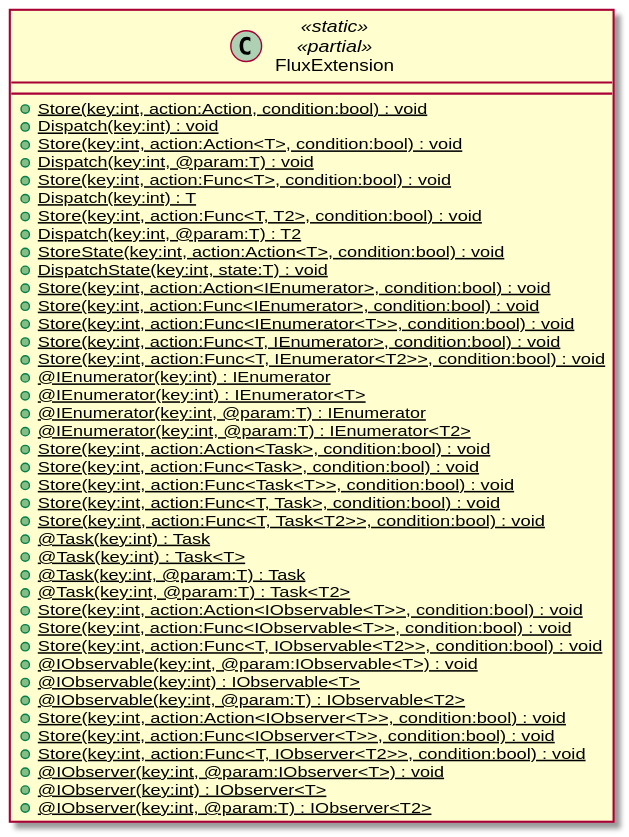
This is UML~/UniFlux.Int.svg from xavierarpa/UniFlux, a PlantUML export, as it was before one commit. The source it was exported from:
```plantuml
@startuml
class FluxExtension <<static>> <<partial>> {
    + {static} Store(key:int, action:Action, condition:bool) : void
    + {static} Dispatch(key:int) : void
}
class FluxExtension <<static>> <<partial>> {
    + {static} Store(key:int, action:Action<T>, condition:bool) : void
    + {static} Dispatch(key:int, @param:T) : void
}
class FluxExtension <<static>> <<partial>> {
    + {static} Store(key:int, action:Func<T>, condition:bool) : void
    + {static} Dispatch(key:int) : T
}
class FluxExtension <<static>> <<partial>> {
    + {static} Store(key:int, action:Func<T, T2>, condition:bool) : void
    + {static} Dispatch(key:int, @param:T) : T2
}
class FluxExtension <<static>> <<partial>> {
    + {static} StoreState(key:int, action:Action<T>, condition:bool) : void
    + {static} DispatchState(key:int, state:T) : void
}
class FluxExtension <<static>> <<partial>> {
    + {static} Store(key:int, action:Action<IEnumerator>, condition:bool) : void
    + {static} Store(key:int, action:Func<IEnumerator>, condition:bool) : void
    + {static} Store(key:int, action:Func<IEnumerator<T>>, condition:bool) : void
    + {static} Store(key:int, action:Func<T, IEnumerator>, condition:bool) : void
    + {static} Store(key:int, action:Func<T, IEnumerator<T2>>, condition:bool) : void
    + {static} @IEnumerator(key:int) : IEnumerator
    + {static} @IEnumerator(key:int) : IEnumerator<T>
    + {static} @IEnumerator(key:int, @param:T) : IEnumerator
    + {static} @IEnumerator(key:int, @param:T) : IEnumerator<T2>
}
class FluxExtension <<static>> <<partial>> {
    + {static} Store(key:int, action:Action<Task>, condition:bool) : void
    + {static} Store(key:int, action:Func<Task>, condition:bool) : void
    + {static} Store(key:int, action:Func<Task<T>>, condition:bool) : void
    + {static} Store(key:int, action:Func<T, Task>, condition:bool) : void
    + {static} Store(key:int, action:Func<T, Task<T2>>, condition:bool) : void
    + {static} @Task(key:int) : Task
    + {static} @Task(key:int) : Task<T>
    + {static} @Task(key:int, @param:T) : Task
    + {static} @Task(key:int, @param:T) : Task<T2>
}
class FluxExtension <<static>> <<partial>> {
    + {static} Store(key:int, action:Action<IObservable<T>>, condition:bool) : void
    + {static} Store(key:int, action:Func<IObservable<T>>, condition:bool) : void
    + {static} Store(key:int, action:Func<T, IObservable<T2>>, condition:bool) : void
    + {static} @IObservable(key:int, @param:IObservable<T>) : void
    + {static} @IObservable(key:int) : IObservable<T>
    + {static} @IObservable(key:int, @param:T) : IObservable<T2>
}
class FluxExtension <<static>> <<partial>> {
    + {static} Store(key:int, action:Action<IObserver<T>>, condition:bool) : void
    + {static} Store(key:int, action:Func<IObserver<T>>, condition:bool) : void
    + {static} Store(key:int, action:Func<T, IObserver<T2>>, condition:bool) : void
    + {static} @IObserver(key:int, @param:IObserver<T>) : void
    + {static} @IObserver(key:int) : IObserver<T>
    + {static} @IObserver(key:int, @param:T) : IObserver<T2>
}
@enduml
```
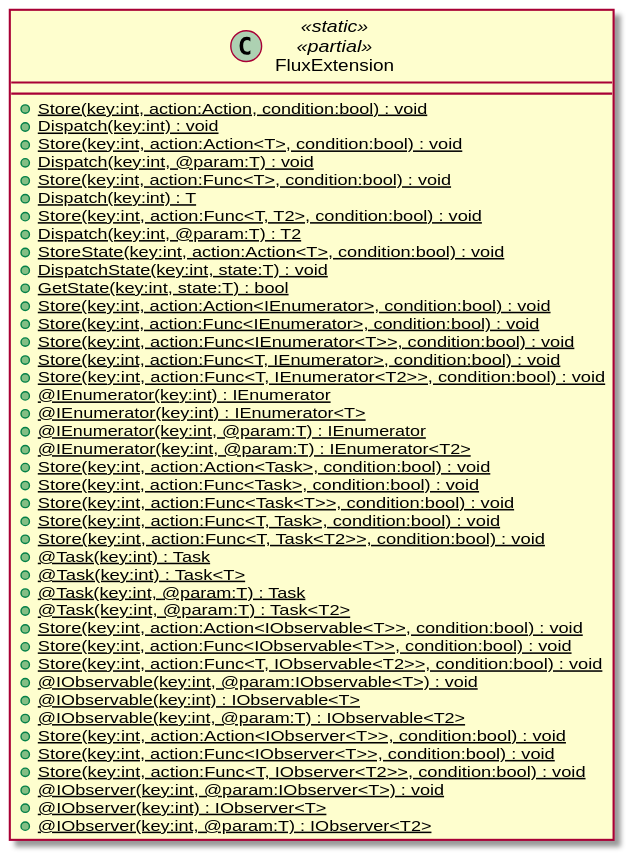
After the change.

The edit, as a diff of the source:
```diff
@@ -18,6 +18,7 @@
 class FluxExtension <<static>> <<partial>> {
     + {static} StoreState(key:int, action:Action<T>, condition:bool) : void
     + {static} DispatchState(key:int, state:T) : void
+    + {static} GetState(key:int, state:T) : bool
 }
 class FluxExtension <<static>> <<partial>> {
     + {static} Store(key:int, action:Action<IEnumerator>, condition:bool) : void
```
